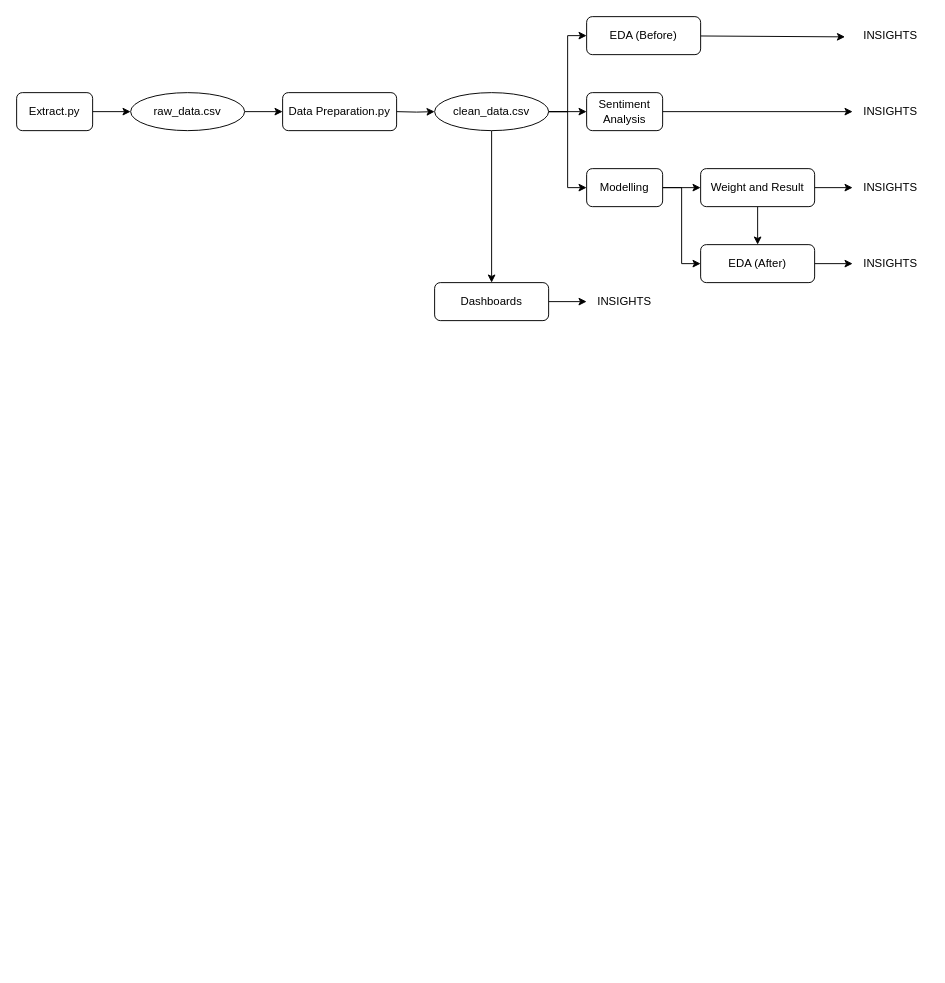
Before: Untitled Diagram.drawio in MarkPhamm/British-Airway, a draw.io diagram. Source tidied: cells renumbered, new cells numbered last; positions are measured from the earlier drawing's top-left corner, leaving out a move shared by most shapes. Both pictures are drawn from the tidied source at 95%, with x=0, y=0 at pixel (16, 16).
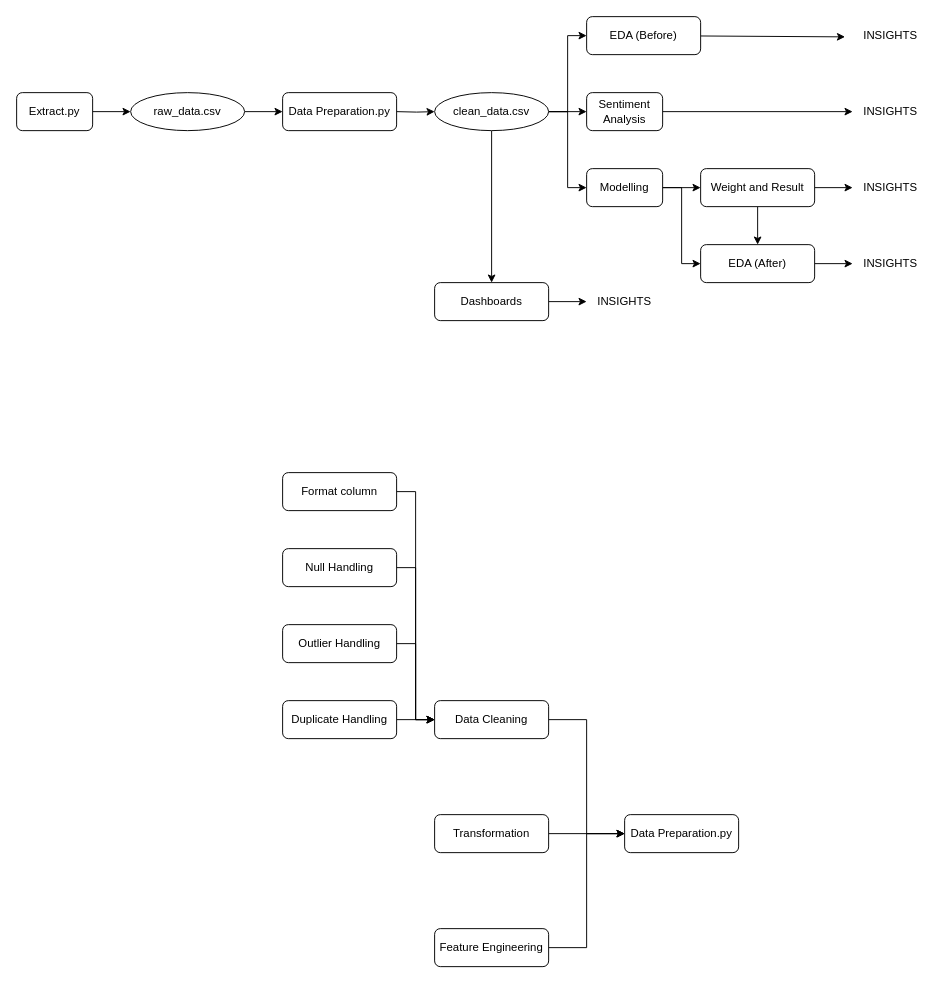
The same diagram, later.

What changed in the source:
```diff
@@
+    <mxCell id="32" value="Data Preparation.py" style="rounded=1;whiteSpace=wrap;html=1;glass=0;strokeWidth=1;shadow=0;" parent="1" vertex="1">
+      <mxGeometry x="640" y="840" width="120" height="40" as="geometry" />
+    </mxCell>
+    <mxCell id="33" style="edgeStyle=orthogonalEdgeStyle;rounded=0;jettySize=auto;html=1;entryX=0;entryY=0.5;entryDx=0;entryDy=0;" parent="1" edge="1" source="34" target="32">
+      <mxGeometry relative="1" as="geometry" />
+    </mxCell>
+    <mxCell id="34" value="Data Cleaning" style="rounded=1;whiteSpace=wrap;html=1;glass=0;strokeWidth=1;shadow=0;" parent="1" vertex="1">
+      <mxGeometry x="440" y="720" width="120" height="40" as="geometry" />
+    </mxCell>
+    <mxCell id="35" style="edgeStyle=orthogonalEdgeStyle;rounded=0;jettySize=auto;html=1;entryX=0;entryY=0.5;entryDx=0;entryDy=0;" parent="1" edge="1" source="36" target="32">
+      <mxGeometry relative="1" as="geometry" />
+    </mxCell>
+    <mxCell id="36" value="Transformation" style="rounded=1;whiteSpace=wrap;html=1;glass=0;strokeWidth=1;shadow=0;" parent="1" vertex="1">
+      <mxGeometry x="440" y="840" width="120" height="40" as="geometry" />
+    </mxCell>
+    <mxCell id="37" style="edgeStyle=orthogonalEdgeStyle;rounded=0;jettySize=auto;html=1;entryX=0;entryY=0.5;entryDx=0;entryDy=0;" parent="1" edge="1" source="38" target="32">
+      <mxGeometry relative="1" as="geometry" />
+    </mxCell>
+    <mxCell id="38" value="Feature Engineering" style="rounded=1;whiteSpace=wrap;html=1;glass=0;strokeWidth=1;shadow=0;" parent="1" vertex="1">
+      <mxGeometry x="440" y="960" width="120" height="40" as="geometry" />
+    </mxCell>
+    <mxCell id="39" style="edgeStyle=orthogonalEdgeStyle;rounded=0;jettySize=auto;html=1;entryX=0;entryY=0.5;entryDx=0;entryDy=0;" parent="1" edge="1" source="40" target="34">
+      <mxGeometry relative="1" as="geometry" />
+    </mxCell>
+    <mxCell id="40" value="Format column" style="rounded=1;whiteSpace=wrap;html=1;glass=0;strokeWidth=1;shadow=0;" parent="1" vertex="1">
+      <mxGeometry x="280" y="480" width="120" height="40" as="geometry" />
+    </mxCell>
+    <mxCell id="41" style="edgeStyle=orthogonalEdgeStyle;rounded=0;jettySize=auto;html=1;entryX=0;entryY=0.5;entryDx=0;entryDy=0;" parent="1" edge="1" source="42" target="34">
+      <mxGeometry relative="1" as="geometry" />
+    </mxCell>
+    <mxCell id="42" value="Null Handling" style="rounded=1;whiteSpace=wrap;html=1;glass=0;strokeWidth=1;shadow=0;" parent="1" vertex="1">
+      <mxGeometry x="280" y="560" width="120" height="40" as="geometry" />
+    </mxCell>
+    <mxCell id="43" style="edgeStyle=orthogonalEdgeStyle;rounded=0;jettySize=auto;html=1;entryX=0;entryY=0.5;entryDx=0;entryDy=0;" parent="1" edge="1" source="44" target="34">
+      <mxGeometry relative="1" as="geometry" />
+    </mxCell>
+    <mxCell id="44" value="Outlier Handling" style="rounded=1;whiteSpace=wrap;html=1;glass=0;strokeWidth=1;shadow=0;" parent="1" vertex="1">
+      <mxGeometry x="280" y="640" width="120" height="40" as="geometry" />
+    </mxCell>
+    <mxCell id="45" style="edgeStyle=orthogonalEdgeStyle;rounded=0;jettySize=auto;html=1;" parent="1" edge="1" source="46" target="34">
+      <mxGeometry relative="1" as="geometry" />
+    </mxCell>
+    <mxCell id="46" value="Duplicate Handling" style="rounded=1;whiteSpace=wrap;html=1;glass=0;strokeWidth=1;shadow=0;" parent="1" vertex="1">
+      <mxGeometry x="280" y="720" width="120" height="40" as="geometry" />
+    </mxCell>
```
